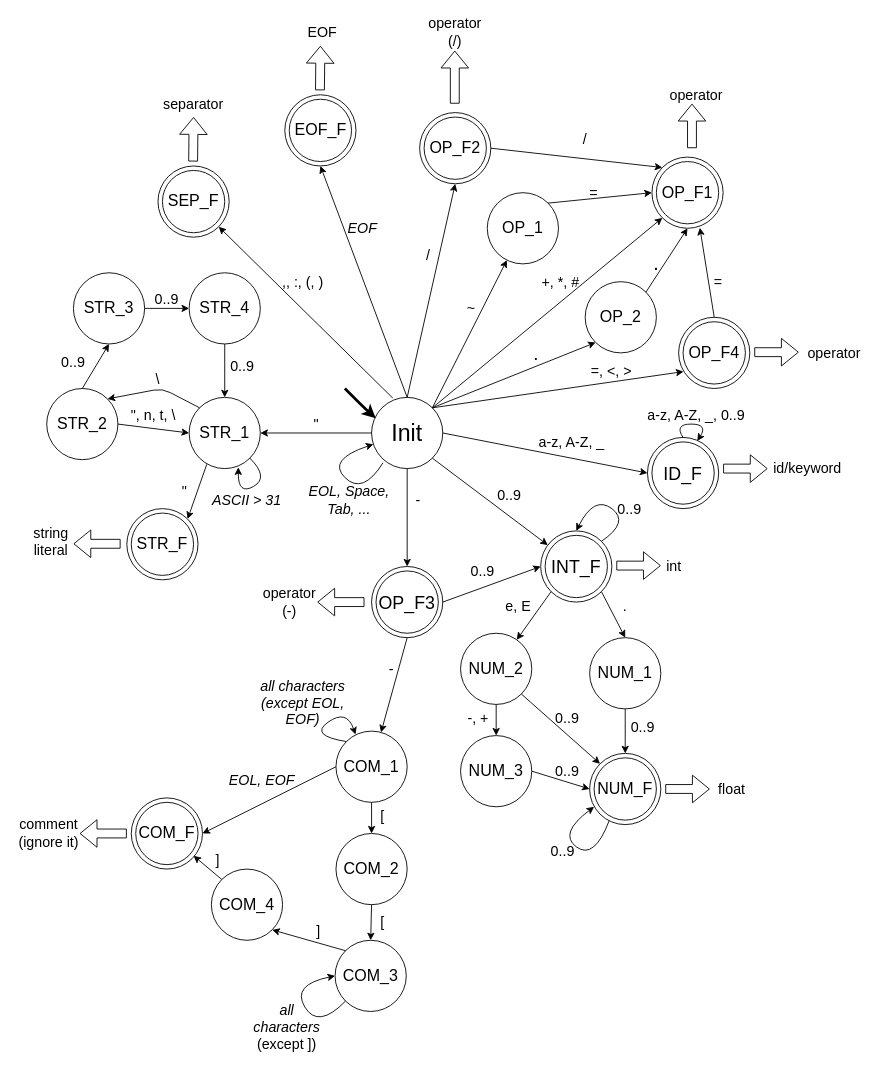
The draw.io diagram fsm.drawio in vojone/IFJ21, before the edit. Source tidied: cells renumbered, new cells numbered last; positions are measured from the earlier drawing's top-left corner, leaving out a move shared by most shapes. Both pictures are drawn from the tidied source at 89%, with x=0, y=0 at pixel (15, 23).
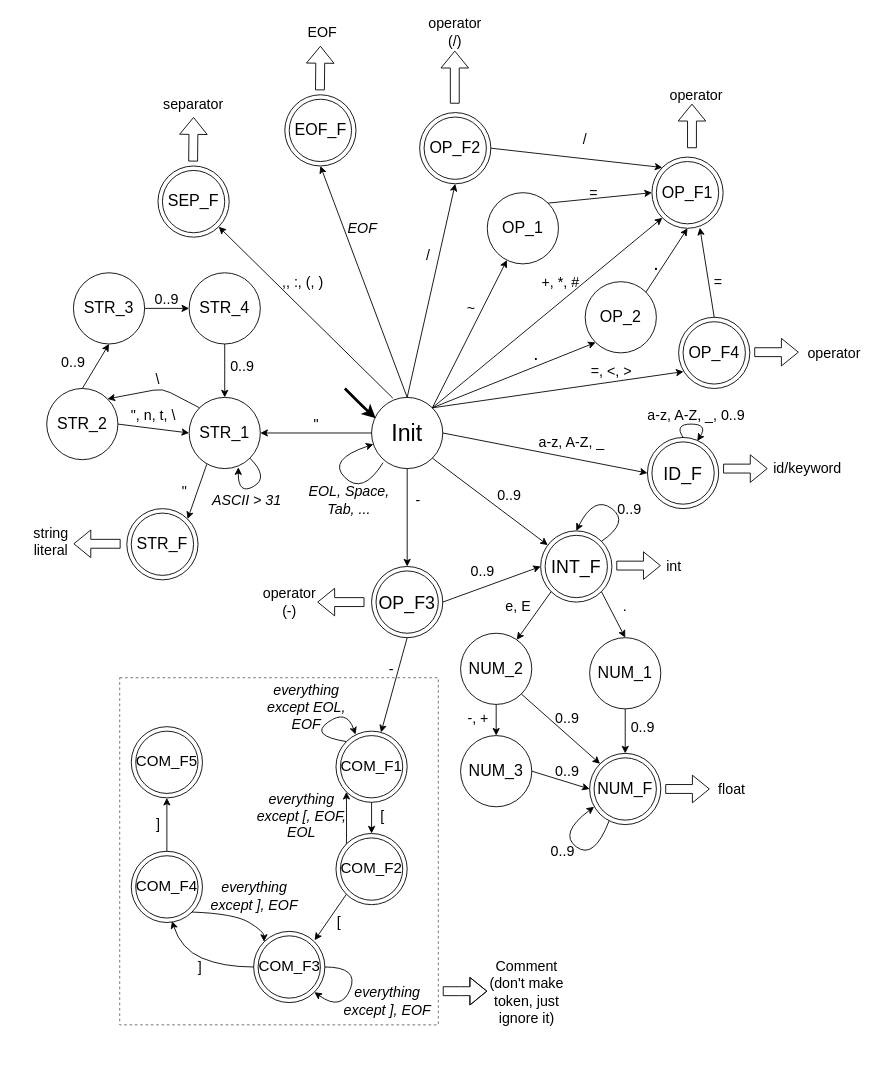
After the change.

Commit message (it also covers changes not shown here):
Better fix of comment bug - fixed also model of FSM

The edit, as a diff of the source:
```diff
@@
-    <mxCell id="58" value="COM_1" style="ellipse;whiteSpace=wrap;html=1;fontSize=18;" parent="1" vertex="1">
+    <mxCell id="58" value="COM_F1" style="ellipse;whiteSpace=wrap;html=1;fontSize=17;" parent="1" vertex="1">
       <mxGeometry x="360" y="795" width="80" height="80" as="geometry" />
     </mxCell>
@@
-    <mxCell id="61" value="COM_2" style="ellipse;whiteSpace=wrap;html=1;fontSize=18;" parent="1" vertex="1">
+    <mxCell id="61" value="COM_F2" style="ellipse;whiteSpace=wrap;html=1;fontSize=17;" parent="1" vertex="1">
       <mxGeometry x="360" y="910" width="80" height="80" as="geometry" />
     </mxCell>
-    <mxCell id="62" value="COM_3" style="ellipse;whiteSpace=wrap;html=1;fontSize=18;" parent="1" vertex="1">
-      <mxGeometry x="359" y="1030" width="80" height="80" as="geometry" />
-    </mxCell>
@@
     <mxCell id="64" value="[" style="text;html=1;strokeColor=none;fillColor=none;align=center;verticalAlign=middle;whiteSpace=wrap;rounded=0;fontSize=16;" parent="1" vertex="1">
-      <mxGeometry x="400" y="1000" width="25" height="20" as="geometry" />
+      <mxGeometry x="350.5" y="1000" width="25" height="20" as="geometry" />
     </mxCell>
-    <mxCell id="65" style="endArrow=classic;html=1;fontSize=16;exitX=0.5;exitY=1;exitDx=0;exitDy=0;entryX=0.5;entryY=0;entryDx=0;entryDy=0;" parent="1" edge="1" source="61" target="62">
-      <mxGeometry relative="1" as="geometry" />
+    <mxCell id="65" style="endArrow=classic;html=1;fontSize=16;exitX=0;exitY=1;exitDx=0;exitDy=0;" parent="1" edge="1" source="61">
+      <mxGeometry relative="1" as="geometry">
+        <mxPoint x="336" y="1030" as="targetPoint" />
+      </mxGeometry>
     </mxCell>
-    <mxCell id="66" value="COM_4" style="ellipse;whiteSpace=wrap;html=1;fontSize=18;" parent="1" vertex="1">
-      <mxGeometry x="220" y="950" width="80" height="80" as="geometry" />
-    </mxCell>
-    <mxCell id="67" value="COM_F" style="ellipse;whiteSpace=wrap;html=1;fontSize=18;strokeWidth=1;" parent="1" vertex="1">
-      <mxGeometry x="130" y="870" width="80" height="80" as="geometry" />
-    </mxCell>
-    <mxCell id="68" style="endArrow=classic;html=1;fontSize=16;entryX=1;entryY=1;entryDx=0;entryDy=0;exitX=0;exitY=0;exitDx=0;exitDy=0;" parent="1" edge="1" source="62" target="66">
-      <mxGeometry relative="1" as="geometry" />
-    </mxCell>
-    <mxCell id="69" style="endArrow=classic;html=1;fontSize=16;exitX=0;exitY=0;exitDx=0;exitDy=0;" parent="1" edge="1" source="66">
-      <mxGeometry relative="1" as="geometry">
-        <mxPoint x="200" y="935" as="targetPoint" />
-      </mxGeometry>
-    </mxCell>
-    <mxCell id="70" value="]" style="text;html=1;strokeColor=none;fillColor=none;align=center;verticalAlign=middle;whiteSpace=wrap;rounded=0;fontSize=16;" parent="1" vertex="1">
-      <mxGeometry x="215" y="930" width="25" height="20" as="geometry" />
-    </mxCell>
-    <mxCell id="71" value="]" style="text;html=1;strokeColor=none;fillColor=none;align=center;verticalAlign=middle;whiteSpace=wrap;rounded=0;fontSize=16;" parent="1" vertex="1">
-      <mxGeometry x="327.5" y="1010" width="25" height="20" as="geometry" />
-    </mxCell>
-    <mxCell id="72" style="curved=1;endArrow=classic;html=1;fontSize=16;entryX=0;entryY=0.5;entryDx=0;entryDy=0;exitX=0;exitY=1;exitDx=0;exitDy=0;" parent="1" edge="1" source="62" target="62">
-      <mxGeometry relative="1" as="geometry">
-        <Array as="points">
-          <mxPoint x="340" y="1130" />
-          <mxPoint x="310" y="1080" />
-        </Array>
-      </mxGeometry>
-    </mxCell>
-    <mxCell id="73" value="&lt;i&gt;all characters&lt;/i&gt; (except ])" style="text;html=1;strokeColor=none;fillColor=none;align=center;verticalAlign=middle;whiteSpace=wrap;rounded=0;fontSize=16;" parent="1" vertex="1">
-      <mxGeometry x="271.2" y="1110" width="67.5" height="35" as="geometry" />
+    <mxCell id="73" value="&lt;div&gt;everything&lt;/div&gt;&lt;div&gt;except ], EOF&lt;br&gt;&lt;/div&gt;" style="text;html=1;strokeColor=none;fillColor=none;align=center;verticalAlign=middle;whiteSpace=wrap;rounded=0;fontSize=16;fontStyle=2;" parent="1" vertex="1">
+      <mxGeometry x="365" y="1080" width="106" height="35" as="geometry" />
     </mxCell>
@@
-    <mxCell id="75" value="&lt;div&gt;&lt;i&gt;all characters&lt;/i&gt;&lt;/div&gt;&lt;div&gt;&lt;i&gt;(except EOL, EOF)&lt;br&gt;&lt;/i&gt;&lt;/div&gt;" style="text;html=1;strokeColor=none;fillColor=none;align=center;verticalAlign=middle;whiteSpace=wrap;rounded=0;fontSize=16;" parent="1" vertex="1">
-      <mxGeometry x="270.5" y="735" width="104" height="55" as="geometry" />
+    <mxCell id="75" value="&lt;div&gt;&lt;i&gt;everything&lt;/i&gt;&lt;/div&gt;&lt;div&gt;&lt;i&gt;except EOL, EOF&lt;br&gt;&lt;/i&gt;&lt;/div&gt;" style="text;html=1;strokeColor=none;fillColor=none;align=center;verticalAlign=middle;whiteSpace=wrap;rounded=0;fontSize=16;" parent="1" vertex="1">
+      <mxGeometry x="275" y="740" width="104" height="55" as="geometry" />
     </mxCell>
-    <mxCell id="76" style="endArrow=classic;html=1;fontSize=16;entryX=1;entryY=0.5;entryDx=0;entryDy=0;exitX=0;exitY=0.5;exitDx=0;exitDy=0;" parent="1" edge="1" source="58" target="67">
-      <mxGeometry relative="1" as="geometry" />
-    </mxCell>
-    <mxCell id="77" value="EOL, EOF" style="text;html=1;strokeColor=none;fillColor=none;align=center;verticalAlign=middle;whiteSpace=wrap;rounded=0;fontSize=16;fontStyle=2;" parent="1" vertex="1">
-      <mxGeometry x="235" y="840" width="83.5" height="20" as="geometry" />
-    </mxCell>
@@
-    <mxCell id="91" style="shape=flexArrow;endArrow=classic;html=1;fontSize=16;strokeWidth=1;" parent="1" edge="1">
-      <mxGeometry relative="1" as="geometry">
-        <mxPoint x="125" y="910" as="sourcePoint" />
-        <mxPoint x="72" y="910" as="targetPoint" />
-      </mxGeometry>
-    </mxCell>
@@
-    <mxCell id="99" value="&lt;div&gt;comment&lt;/div&gt;&lt;div&gt;(ignore it)&lt;br&gt;&lt;/div&gt;" style="text;html=1;strokeColor=none;fillColor=none;align=center;verticalAlign=middle;whiteSpace=wrap;rounded=0;fontSize=16;" parent="1" vertex="1">
-      <mxGeometry y="900" width="75" height="20" as="geometry" />
-    </mxCell>
@@
-    <mxCell id="143" style="ellipse;whiteSpace=wrap;html=1;fontSize=18;strokeWidth=1;fillColor=none;perimeterSpacing=0;" parent="1" vertex="1">
-      <mxGeometry x="135" y="875" width="70" height="70" as="geometry" />
-    </mxCell>
+    <mxCell id="144" style="ellipse;whiteSpace=wrap;html=1;fontSize=18;strokeWidth=1;fillColor=none;perimeterSpacing=0;" parent="1" vertex="1">
+      <mxGeometry x="365" y="800" width="70" height="70" as="geometry" />
+    </mxCell>
+    <mxCell id="145" style="curved=1;endArrow=classic;html=1;rounded=0;exitX=0;exitY=0;exitDx=0;exitDy=0;entryX=0;entryY=1;entryDx=0;entryDy=0;" parent="1" edge="1" source="61" target="58">
+      <mxGeometry relative="1" as="geometry">
+        <Array as="points">
+          <mxPoint x="372" y="910" />
+        </Array>
+      </mxGeometry>
+    </mxCell>
+    <mxCell id="146" style="ellipse;whiteSpace=wrap;html=1;fontSize=18;strokeWidth=1;fillColor=none;perimeterSpacing=0;" parent="1" vertex="1">
+      <mxGeometry x="365" y="915" width="70" height="70" as="geometry" />
+    </mxCell>
+    <mxCell id="147" value="&lt;div&gt;&lt;i&gt;everything&lt;br&gt;&lt;/i&gt;&lt;/div&gt;&lt;div&gt;&lt;i&gt;except [, EOF,&lt;/i&gt;&lt;/div&gt;&lt;div&gt;&lt;i&gt;EOL&lt;br&gt;&lt;/i&gt;&lt;/div&gt;" style="text;html=1;strokeColor=none;fillColor=none;align=center;verticalAlign=middle;whiteSpace=wrap;rounded=0;fontSize=16;" parent="1" vertex="1">
+      <mxGeometry x="267.5" y="870" width="106.5" height="40" as="geometry" />
+    </mxCell>
+    <mxCell id="148" value="COM_F3" style="ellipse;whiteSpace=wrap;html=1;fontSize=17;" parent="1" vertex="1">
+      <mxGeometry x="267.5" y="1020" width="80" height="80" as="geometry" />
+    </mxCell>
+    <mxCell id="149" value="COM_F4" style="ellipse;whiteSpace=wrap;html=1;fontSize=17;" parent="1" vertex="1">
+      <mxGeometry x="130" y="930" width="80" height="80" as="geometry" />
+    </mxCell>
+    <mxCell id="150" value="COM_F5" style="ellipse;whiteSpace=wrap;html=1;fontSize=17;" parent="1" vertex="1">
+      <mxGeometry x="130" y="790" width="80" height="80" as="geometry" />
+    </mxCell>
+    <mxCell id="151" style="curved=1;endArrow=classic;html=1;rounded=0;fontSize=12;exitX=1;exitY=0.5;exitDx=0;exitDy=0;entryX=1;entryY=1;entryDx=0;entryDy=0;" parent="1" edge="1" source="148" target="148">
+      <mxGeometry relative="1" as="geometry">
+        <Array as="points">
+          <mxPoint x="386" y="1060" />
+          <mxPoint x="366" y="1110" />
+        </Array>
+      </mxGeometry>
+    </mxCell>
+    <mxCell id="152" style="ellipse;whiteSpace=wrap;html=1;fontSize=18;strokeWidth=1;fillColor=none;perimeterSpacing=0;" parent="1" vertex="1">
+      <mxGeometry x="272.5" y="1025" width="70" height="70" as="geometry" />
+    </mxCell>
+    <mxCell id="153" style="curved=1;endArrow=classic;html=1;rounded=0;exitX=0;exitY=0.5;exitDx=0;exitDy=0;entryX=0.572;entryY=0.981;entryDx=0;entryDy=0;entryPerimeter=0;" parent="1" edge="1" source="148" target="149">
+      <mxGeometry relative="1" as="geometry">
+        <Array as="points">
+          <mxPoint x="233" y="1060" />
+          <mxPoint x="186" y="1040" />
+        </Array>
+      </mxGeometry>
+    </mxCell>
+    <mxCell id="154" style="curved=1;endArrow=classic;html=1;rounded=0;exitX=1;exitY=1;exitDx=0;exitDy=0;entryX=0;entryY=0;entryDx=0;entryDy=0;" parent="1" edge="1" source="149" target="148">
+      <mxGeometry relative="1" as="geometry">
+        <Array as="points">
+          <mxPoint x="246" y="1000" />
+          <mxPoint x="279" y="1020" />
+        </Array>
+      </mxGeometry>
+    </mxCell>
+    <mxCell id="155" value="&lt;div&gt;&lt;i&gt;everything&lt;br&gt;&lt;/i&gt;&lt;/div&gt;&lt;div&gt;&lt;i&gt;except ], EOF&lt;br&gt;&lt;/i&gt;&lt;/div&gt;" style="text;html=1;strokeColor=none;fillColor=none;align=center;verticalAlign=middle;whiteSpace=wrap;rounded=0;fontSize=16;" parent="1" vertex="1">
+      <mxGeometry x="214" y="960" width="108.5" height="40" as="geometry" />
+    </mxCell>
+    <mxCell id="156" value="]" style="text;html=1;strokeColor=none;fillColor=none;align=center;verticalAlign=middle;whiteSpace=wrap;rounded=0;fontSize=16;" parent="1" vertex="1">
+      <mxGeometry x="195" y="1050" width="25" height="20" as="geometry" />
+    </mxCell>
+    <mxCell id="157" style="endArrow=classic;html=1;rounded=0;fontSize=12;exitX=0.5;exitY=0;exitDx=0;exitDy=0;entryX=0.5;entryY=1;entryDx=0;entryDy=0;" parent="1" edge="1" source="149" target="150">
+      <mxGeometry relative="1" as="geometry" />
+    </mxCell>
+    <mxCell id="158" value="]" style="text;html=1;strokeColor=none;fillColor=none;align=center;verticalAlign=middle;whiteSpace=wrap;rounded=0;fontSize=16;" parent="1" vertex="1">
+      <mxGeometry x="147.5" y="890" width="25" height="20" as="geometry" />
+    </mxCell>
+    <mxCell id="159" style="ellipse;whiteSpace=wrap;html=1;fontSize=18;strokeWidth=1;fillColor=none;perimeterSpacing=0;" parent="1" vertex="1">
+      <mxGeometry x="135" y="935" width="70" height="70" as="geometry" />
+    </mxCell>
+    <mxCell id="160" style="ellipse;whiteSpace=wrap;html=1;fontSize=18;strokeWidth=1;fillColor=none;perimeterSpacing=0;" parent="1" vertex="1">
+      <mxGeometry x="135" y="795" width="70" height="70" as="geometry" />
+    </mxCell>
+    <mxCell id="161" style="whiteSpace=wrap;html=1;fontSize=12;fillColor=none;dashed=1;strokeColor=#666666;" parent="1" vertex="1">
+      <mxGeometry x="117" y="735" width="358" height="390" as="geometry" />
+    </mxCell>
+    <mxCell id="162" style="shape=flexArrow;endArrow=classic;html=1;fontSize=16;strokeWidth=1;" parent="1" edge="1">
+      <mxGeometry relative="1" as="geometry">
+        <mxPoint x="480" y="1087.2" as="sourcePoint" />
+        <mxPoint x="530" y="1087.2" as="targetPoint" />
+        <Array as="points">
+          <mxPoint x="500" y="1087.2" />
+        </Array>
+      </mxGeometry>
+    </mxCell>
+    <mxCell id="163" value="Comment (don't make token, just ignore it)" style="text;html=1;strokeColor=none;fillColor=none;align=center;verticalAlign=middle;whiteSpace=wrap;rounded=0;fontSize=16;" parent="1" vertex="1">
+      <mxGeometry x="530" y="1042.5" width="89" height="90" as="geometry" />
+    </mxCell>
```
